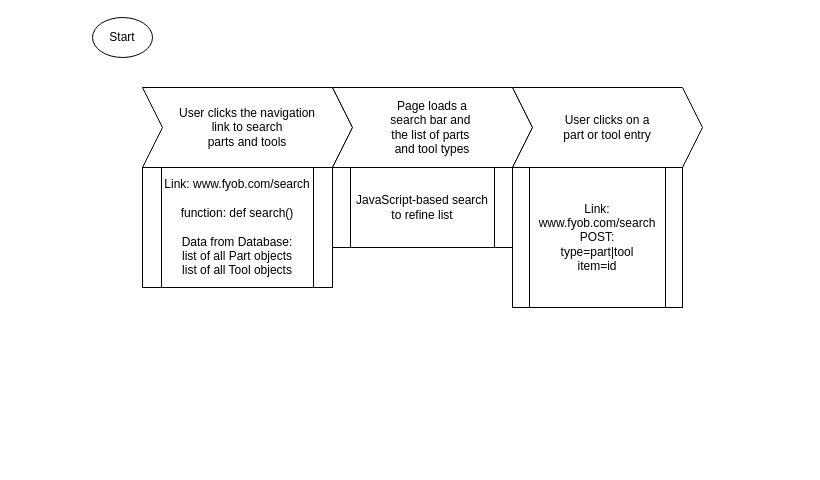
Before: ListPartsAndTools.drawio in kodeschreiber/ITIS4155, a draw.io diagram. Source tidied: cells renumbered, new cells numbered last; positions are measured from the earlier drawing's top-left corner, leaving out a move shared by most shapes. Both pictures are drawn from the tidied source at 100%, with x=0, y=0 at pixel (92, 17).
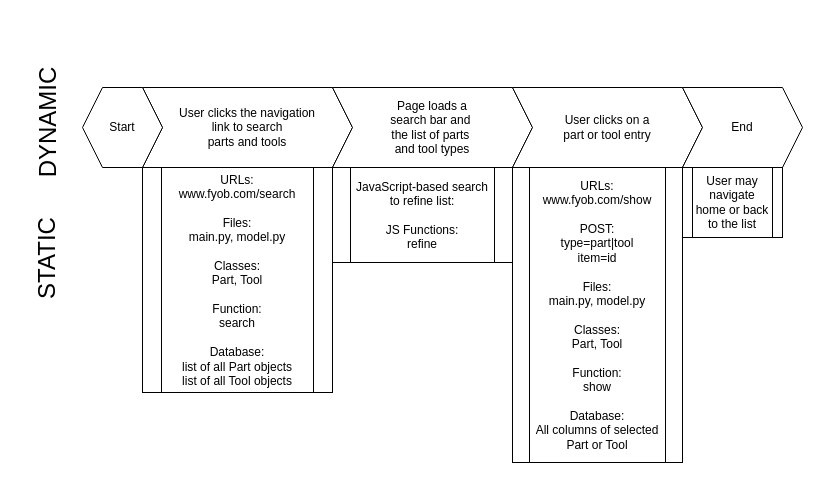
Above is the later version.

Diff of the diagram source:
```diff
@@
 <mxGraphModel>
   <root>
     <mxCell id="0" />
     <mxCell id="1" parent="0" />
-    <mxCell id="2" value="Start" style="ellipse;whiteSpace=wrap;html=1;" parent="1" vertex="1">
-      <mxGeometry width="60" height="40" as="geometry" />
-    </mxCell>
     <mxCell id="3" value="User clicks the navigation &lt;br&gt;link to search &lt;br&gt;parts&amp;nbsp;and tools" style="shape=step;perimeter=stepPerimeter;whiteSpace=wrap;html=1;fixedSize=1;" parent="1" vertex="1">
       <mxGeometry x="50" y="70" width="210" height="80" as="geometry" />
     </mxCell>
     <mxCell id="4" value="Page loads a&lt;br&gt;search bar and&amp;nbsp;&lt;br&gt;the list of parts&amp;nbsp;&lt;br&gt;and tool types&lt;br&gt;" style="shape=step;perimeter=stepPerimeter;whiteSpace=wrap;html=1;fixedSize=1;" parent="1" vertex="1">
       <mxGeometry x="240" y="70" width="200" height="80" as="geometry" />
     </mxCell>
     <mxCell id="5" value="User clicks on a &lt;br&gt;part or tool entry" style="shape=step;perimeter=stepPerimeter;whiteSpace=wrap;html=1;fixedSize=1;" parent="1" vertex="1">
       <mxGeometry x="420" y="70" width="190" height="80" as="geometry" />
     </mxCell>
-    <mxCell id="6" value="Link: www.fyob.com/search&lt;br&gt;&lt;br&gt;function: def search()&lt;br&gt;&lt;br&gt;Data from Database:&lt;br&gt;list of all Part objects&lt;br&gt;list of all Tool objects&lt;br&gt;" style="shape=process;whiteSpace=wrap;html=1;backgroundOutline=1;" parent="1" vertex="1">
-      <mxGeometry x="50" y="150" width="190" height="120" as="geometry" />
+    <mxCell id="6" value="URLs: www.fyob.com/search&lt;br&gt;&lt;br&gt;Files:&lt;br&gt;main.py, model.py&lt;br&gt;&lt;br&gt;Classes:&lt;br&gt;Part, Tool&lt;br&gt;&lt;br&gt;Function:&lt;br&gt;search&lt;br&gt;&lt;br&gt;Database:&lt;br&gt;list of all Part objects&lt;br&gt;list of all Tool objects&lt;br&gt;" style="shape=process;whiteSpace=wrap;html=1;backgroundOutline=1;" parent="1" vertex="1">
+      <mxGeometry x="50" y="150" width="190" height="225" as="geometry" />
     </mxCell>
-    <mxCell id="7" value="JavaScript-based search&lt;br&gt;to refine list&lt;br&gt;" style="shape=process;whiteSpace=wrap;html=1;backgroundOutline=1;" parent="1" vertex="1">
-      <mxGeometry x="240" y="150" width="180" height="80" as="geometry" />
+    <mxCell id="7" value="JavaScript-based search&lt;br&gt;to refine list:&lt;br&gt;&lt;br&gt;JS Functions:&lt;br&gt;refine&lt;br&gt;" style="shape=process;whiteSpace=wrap;html=1;backgroundOutline=1;" parent="1" vertex="1">
+      <mxGeometry x="240" y="150" width="180" height="95" as="geometry" />
     </mxCell>
-    <mxCell id="8" value="Link: www.fyob.com/search&lt;br&gt;POST: &lt;br&gt;type=part|tool&lt;br&gt;item=id&lt;br&gt;" style="shape=process;whiteSpace=wrap;html=1;backgroundOutline=1;" parent="1" vertex="1">
-      <mxGeometry x="420" y="150" width="170" height="140" as="geometry" />
+    <mxCell id="8" value="URLs: www.fyob.com/show&lt;br&gt;&lt;br&gt;POST: &lt;br&gt;type=part|tool&lt;br&gt;item=id&lt;br&gt;&lt;br&gt;Files:&lt;br&gt;main.py, model.py&lt;br&gt;&lt;br&gt;Classes:&lt;br&gt;Part, Tool&lt;br&gt;&lt;br&gt;Function:&lt;br&gt;show&lt;br&gt;&lt;br&gt;Database:&lt;br&gt;All columns of selected Part or Tool&lt;br&gt;" style="shape=process;whiteSpace=wrap;html=1;backgroundOutline=1;" parent="1" vertex="1">
+      <mxGeometry x="420" y="150" width="170" height="295" as="geometry" />
     </mxCell>
+    <mxCell id="2" value="Start" style="shape=hexagon;perimeter=hexagonPerimeter2;whiteSpace=wrap;html=1;" parent="1" vertex="1">
+      <mxGeometry x="-10" y="70" width="80" height="80" as="geometry" />
+    </mxCell>
+    <mxCell id="9" value="End" style="shape=step;perimeter=stepPerimeter;whiteSpace=wrap;html=1;fixedSize=1;" parent="1" vertex="1">
+      <mxGeometry x="590" y="70" width="120" height="80" as="geometry" />
+    </mxCell>
+    <mxCell id="10" value="User may&lt;br&gt;navigate home or back to the list&lt;br&gt;" style="shape=process;whiteSpace=wrap;html=1;backgroundOutline=1;" parent="1" vertex="1">
+      <mxGeometry x="590" y="150" width="100" height="70" as="geometry" />
+    </mxCell>
+    <mxCell id="11" value="&lt;font style=&quot;font-size: 24px&quot;&gt;DYNAMIC&lt;/font&gt;" style="text;html=1;strokeColor=none;fillColor=none;align=center;verticalAlign=middle;whiteSpace=wrap;rounded=0;rotation=-90;" parent="1" vertex="1">
+      <mxGeometry x="-114" y="75" width="140" height="60" as="geometry" />
+    </mxCell>
+    <mxCell id="12" value="&lt;font style=&quot;font-size: 24px&quot;&gt;STATIC&lt;br&gt;&lt;/font&gt;" style="text;html=1;strokeColor=none;fillColor=none;align=center;verticalAlign=middle;whiteSpace=wrap;rounded=0;rotation=-90;" parent="1" vertex="1">
+      <mxGeometry x="-120" y="211" width="150" height="60" as="geometry" />
+    </mxCell>
   </root>
 </mxGraphModel>
```
